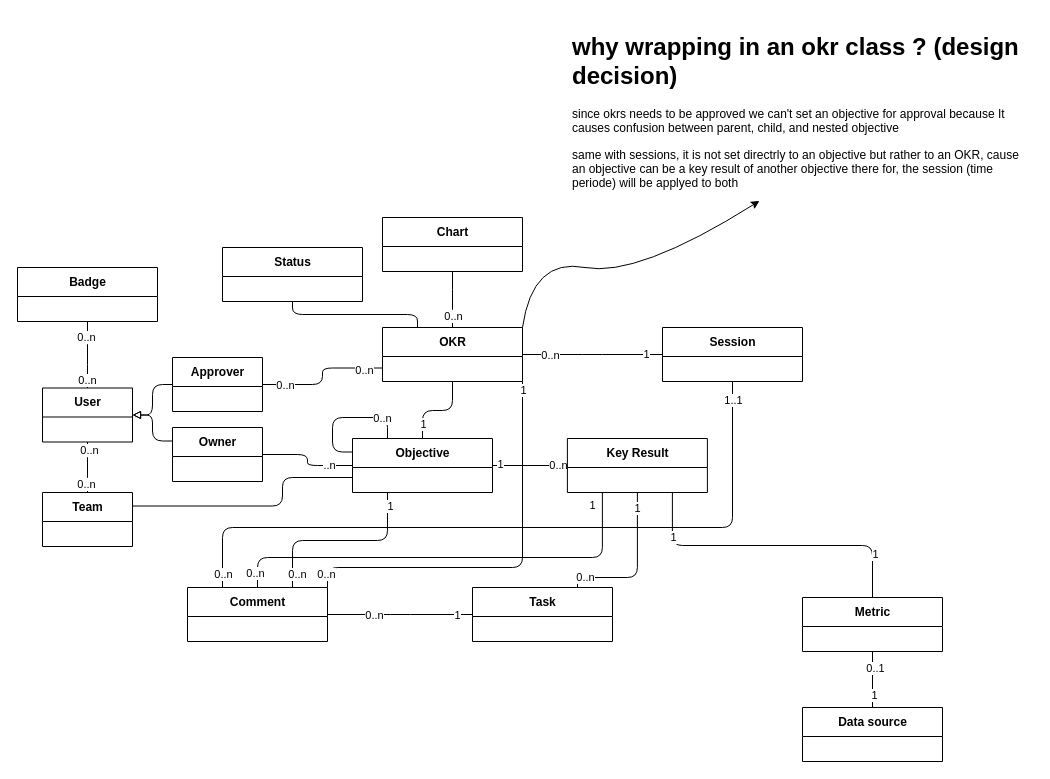
KhFendri/OKR_UML keeps this draw.io diagram as diagrams/domain diagram.drawio. Above is the earlier version. Source tidied: cells renumbered, new cells numbered last; positions are measured from the earlier drawing's top-left corner, leaving out a move shared by most shapes. Both pictures are drawn from the tidied source at 100%, with x=0, y=0 at pixel (17, 27).
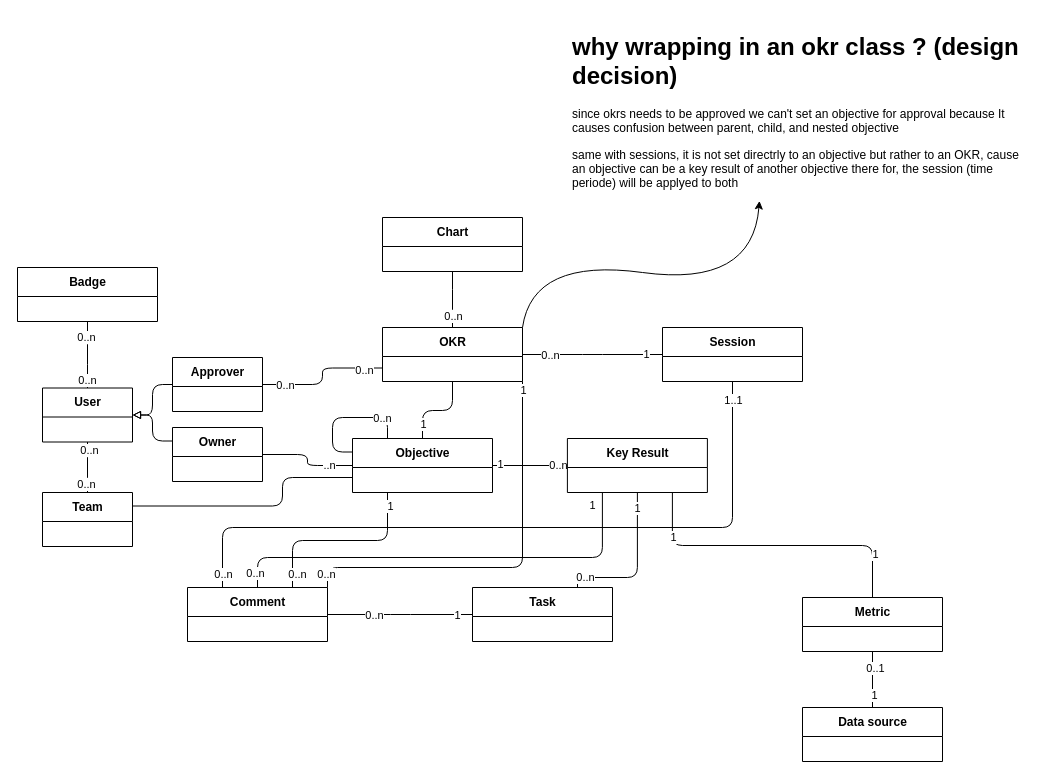
After the change.

The change refers to these unchanged cells:
```xml
<mxCell id="8" value="OKR" style="swimlane;fontStyle=1;align=center;verticalAlign=middle;horizontal=1;startSize=29;html=1;" parent="1" vertex="1">
  <mxGeometry x="365" y="300" width="140" height="54" as="geometry" />
</mxCell>
<mxCell id="59" value="&lt;h1&gt;why wrapping in an okr class ? (design decision)&lt;/h1&gt;&lt;p&gt;since okrs needs to be approved we can't set an objective for approval because It causes confusion between parent, child, and nested objective&lt;/p&gt;&lt;p&gt;same with sessions, it is not set directrly to an objective but rather to an OKR, cause an objective can be a key result of another objective there for, the session (time periode) will be applyed to both&lt;/p&gt;" style="text;html=1;strokeColor=none;fillColor=none;spacing=5;spacingTop=-20;whiteSpace=wrap;overflow=hidden;rounded=0;sketch=1;" parent="1" vertex="1">
  <mxGeometry x="549.9" width="465" height="170" as="geometry" />
</mxCell>
```

The edit, as a diff of the source:
```diff
@@
-    <mxCell id="7" style="edgeStyle=elbowEdgeStyle;shape=connector;rounded=1;elbow=vertical;html=1;labelBackgroundColor=default;fontFamily=Helvetica;fontSize=11;fontColor=default;endArrow=none;endFill=0;strokeColor=default;exitX=0.25;exitY=0;exitDx=0;exitDy=0;" parent="1" edge="1" source="8" target="70">
-      <mxGeometry relative="1" as="geometry" />
-    </mxCell>
@@
     <mxCell id="65" style="endArrow=classic;html=1;labelBackgroundColor=default;fontFamily=Helvetica;fontSize=11;fontColor=default;strokeColor=default;shape=connector;elbow=vertical;entryX=0.413;entryY=1.02;entryDx=0;entryDy=0;entryPerimeter=0;exitX=1;exitY=0;exitDx=0;exitDy=0;curved=1;" parent="1" edge="1" source="8" target="59">
       <mxGeometry relative="1" as="geometry">
         <Array as="points">
           <mxPoint x="515" y="230" />
-          <mxPoint x="620" y="250" />
+          <mxPoint x="735" y="260" />
         </Array>
       </mxGeometry>
     </mxCell>
@@
-    <mxCell id="70" value="Status" style="swimlane;fontStyle=1;align=center;verticalAlign=middle;horizontal=1;startSize=29;html=1;" parent="1" vertex="1">
-      <mxGeometry x="205" y="220" width="140" height="54" as="geometry" />
-    </mxCell>
```
